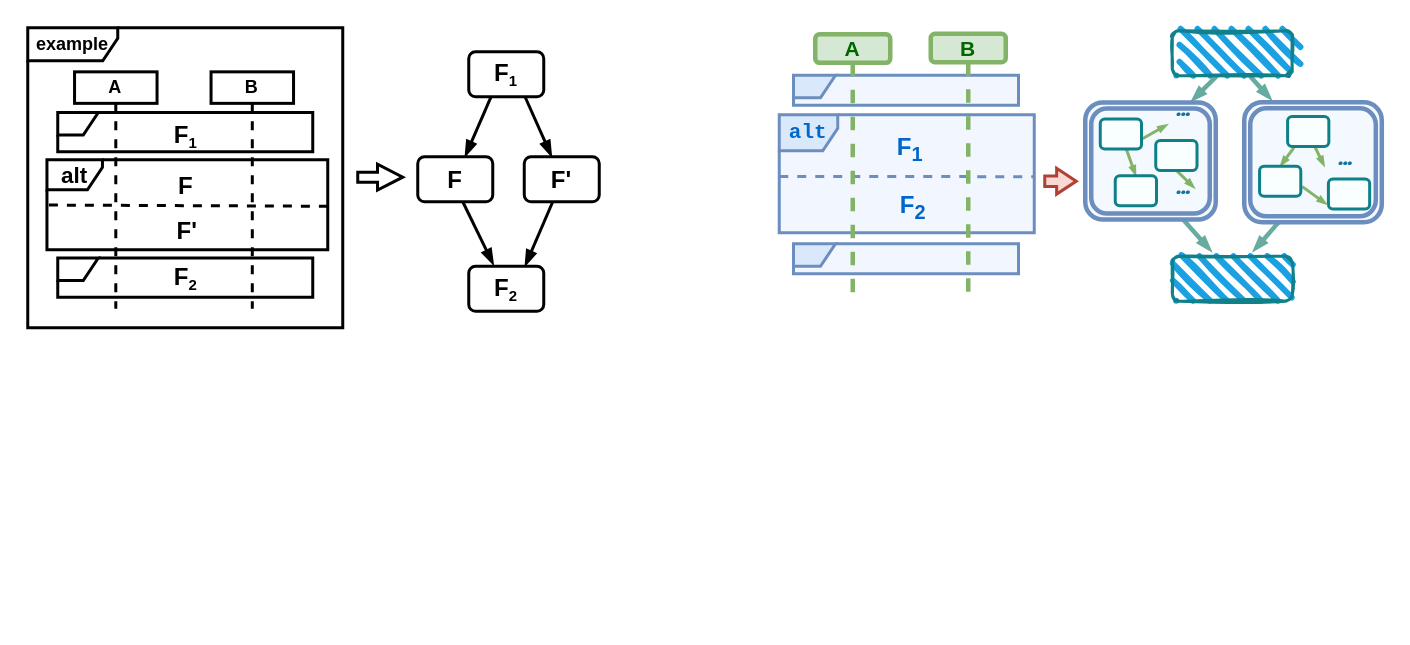
Above: alt.drawio in ShiYufei0708/draw (draw.io), before the change. Source tidied: cells renumbered, new cells numbered last; positions are measured from the earlier drawing's top-left corner, leaving out a move shared by most shapes. Both pictures are drawn from the tidied source at 150%, with x=0, y=0 at pixel (27, 27).
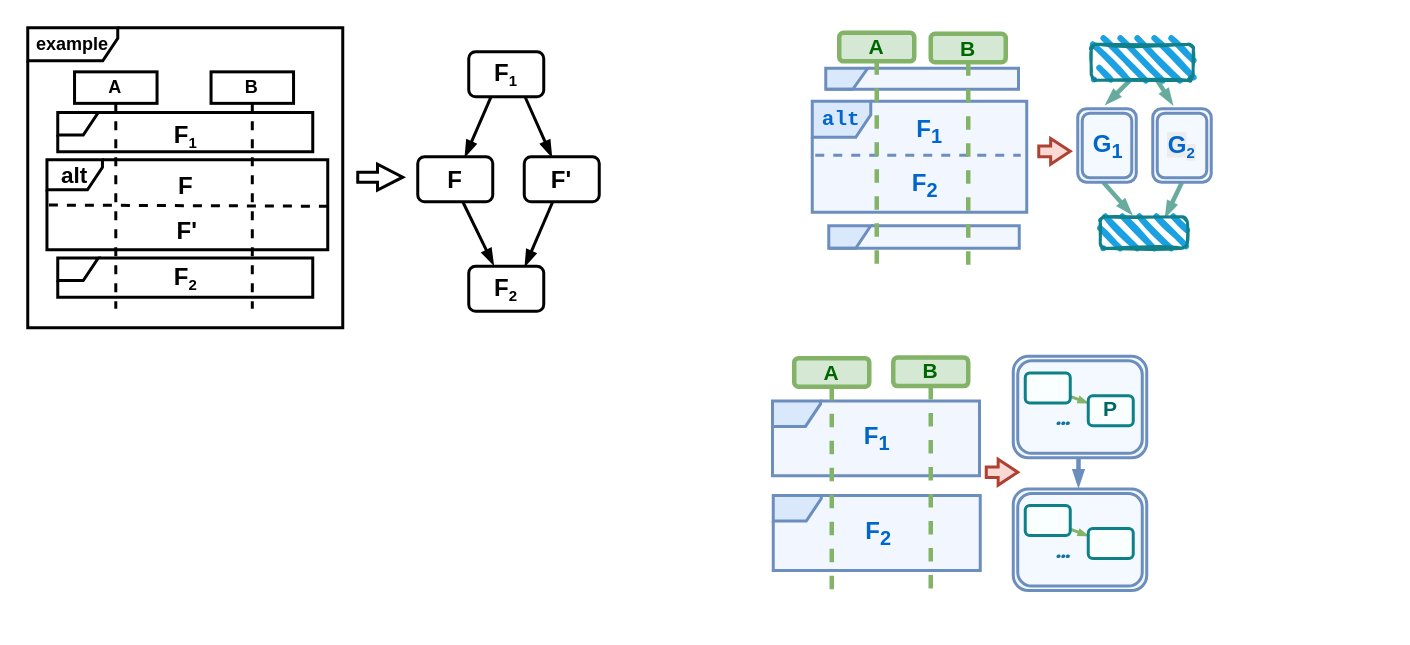
After the change.

What changed in the source:
```diff
@@
-    <mxCell id="23" style="group;" parent="1" vertex="1">
-      <mxGeometry x="501" y="58" width="170" height="82.6" as="geometry" />
-    </mxCell>
-    <mxCell id="24" value="&lt;font face=&quot;Courier New&quot; style=&quot;color: light-dark(rgb(0, 103, 204), rgb(237, 237, 237)); font-size: 14px;&quot;&gt;&lt;b style=&quot;&quot;&gt;alt&lt;/b&gt;&lt;/font&gt;" style="shape=umlFrame;whiteSpace=wrap;html=1;width=39;height=24;fillColor=#dae8fc;strokeColor=#6c8ebf;fillStyle=auto;shadow=0;strokeWidth=2;swimlaneFillColor=light-dark(#F2F7FF,#002813);" parent="23" vertex="1">
-      <mxGeometry width="170" height="78.6" as="geometry" />
-    </mxCell>
-    <mxCell id="25" value="&lt;span style=&quot;font-size: 16px;&quot;&gt;&lt;font style=&quot;color: rgb(0, 102, 204);&quot;&gt;F&lt;sub style=&quot;&quot;&gt;1&lt;/sub&gt;&lt;/font&gt;&lt;/span&gt;" style="text;html=1;align=center;verticalAlign=middle;strokeColor=none;fillColor=none;fontStyle=1;strokeWidth=2;" parent="23" vertex="1">
-      <mxGeometry x="69.4" y="5.9" width="35" height="34" as="geometry" />
-    </mxCell>
-    <mxCell id="26" style="endArrow=none;dashed=1;html=1;rounded=0;entryX=0.998;entryY=0.553;entryDx=0;entryDy=0;entryPerimeter=0;fontStyle=1;strokeWidth=2;exitX=-0.001;exitY=0.565;exitDx=0;exitDy=0;exitPerimeter=0;strokeColor=light-dark(#6c8ebf, #ededed);" parent="23" edge="1">
-      <mxGeometry relative="1" as="geometry">
-        <mxPoint y="41.1" as="sourcePoint" />
-        <mxPoint x="169.8" y="41.3" as="targetPoint" />
-      </mxGeometry>
-    </mxCell>
-    <mxCell id="27" value="&lt;span style=&quot;font-size: 16px;&quot;&gt;&lt;font style=&quot;color: rgb(0, 102, 204);&quot;&gt;F&lt;sub style=&quot;&quot;&gt;2&lt;/sub&gt;&lt;/font&gt;&lt;/span&gt;" style="text;html=1;align=center;verticalAlign=middle;strokeColor=none;fillColor=none;fontStyle=1;strokeWidth=2;" parent="23" vertex="1">
-      <mxGeometry x="71.4" y="44.5" width="35" height="34" as="geometry" />
-    </mxCell>
     <mxCell id="28" style="rounded=0;jettySize=auto;html=1;strokeColor=light-dark(#67AB9F,#EDEDED);endArrow=blockThin;endFill=1;endSize=3;strokeWidth=3;exitX=0.649;exitY=1.013;exitDx=0;exitDy=0;exitPerimeter=0;entryX=0.154;entryY=-0.021;entryDx=0;entryDy=0;entryPerimeter=0;" parent="1" edge="1" source="31">
       <mxGeometry relative="1" as="geometry">
-        <mxPoint x="829.1" y="48" as="targetPoint" />
+        <mxPoint x="763.1" y="51" as="targetPoint" />
       </mxGeometry>
     </mxCell>
-    <mxCell id="29" style="rounded=0;jettySize=auto;html=1;strokeWidth=3;endArrow=none;endFill=0;endSize=3;strokeColor=light-dark(#68ab9f, #ededed);entryX=0.25;entryY=1;entryDx=0;entryDy=0;startSize=3;startArrow=blockThin;startFill=1;" parent="1" edge="1" target="34">
-      <mxGeometry relative="1" as="geometry">
-        <mxPoint x="817" y="149" as="sourcePoint" />
-      </mxGeometry>
+    <mxCell id="29" style="rounded=0;jettySize=auto;html=1;strokeWidth=3;endArrow=none;endFill=0;endSize=3;strokeColor=light-dark(#68ab9f, #ededed);entryX=0.5;entryY=1;entryDx=0;entryDy=0;startSize=3;startArrow=blockThin;startFill=1;exitX=0.75;exitY=0;exitDx=0;exitDy=0;" parent="1" edge="1" source="33" target="78">
+      <mxGeometry relative="1" as="geometry" />
     </mxCell>
     <mxCell id="30" style="rounded=0;orthogonalLoop=1;jettySize=auto;html=1;strokeColor=light-dark(#67AB9F,#EDEDED);endArrow=blockThin;endFill=1;endSize=3;strokeWidth=3;exitX=0.348;exitY=1.005;exitDx=0;exitDy=0;exitPerimeter=0;entryX=0.636;entryY=-0.016;entryDx=0;entryDy=0;entryPerimeter=0;" parent="1" edge="1">
       <mxGeometry relative="1" as="geometry">
-        <mxPoint x="792.8" y="32.1" as="sourcePoint" />
-        <mxPoint x="775.9" y="48.9" as="targetPoint" />
+        <mxPoint x="735.8" y="34.1" as="sourcePoint" />
+        <mxPoint x="718.9" y="50.9" as="targetPoint" />
       </mxGeometry>
     </mxCell>
     <mxCell id="31" style="rounded=1;whiteSpace=wrap;html=1;strokeWidth=2;fillWeight=4;hachureGap=8;hachureAngle=45;fillColor=#1ba1e2;sketch=1;strokeColor=light-dark(#108089, #ededed);" parent="1" vertex="1">
-      <mxGeometry x="763" y="2" width="80" height="30" as="geometry" />
+      <mxGeometry x="709" y="11" width="68" height="24" as="geometry" />
     </mxCell>
-    <mxCell id="32" style="rounded=0;jettySize=auto;html=1;strokeWidth=3;endArrow=none;endFill=0;endSize=3;strokeColor=light-dark(#68ab9f, #ededed);startSize=3;startArrow=blockThin;startFill=1;entryX=0.75;entryY=1;entryDx=0;entryDy=0;" parent="1" edge="1" target="43">
+    <mxCell id="32" style="rounded=0;orthogonalLoop=1;jettySize=auto;html=1;strokeWidth=3;endArrow=none;endFill=0;endSize=3;strokeColor=light-dark(#68ab9f, #ededed);startSize=3;startArrow=blockThin;startFill=1;entryX=0.75;entryY=1;entryDx=0;entryDy=0;" parent="1" edge="1">
       <mxGeometry relative="1" as="geometry">
-        <mxPoint x="789" y="149" as="sourcePoint" />
+        <mxPoint x="735.8" y="124.2" as="sourcePoint" />
+        <mxPoint x="717" y="103" as="targetPoint" />
       </mxGeometry>
     </mxCell>
     <mxCell id="33" style="rounded=1;whiteSpace=wrap;html=1;strokeWidth=2;fillWeight=4;hachureGap=8;hachureAngle=45;fillColor=#1ba1e2;sketch=1;strokeColor=light-dark(#108089, #ededed);" parent="1" vertex="1">
-      <mxGeometry x="763.1" y="152.3" width="80" height="30" as="geometry" />
+      <mxGeometry x="715" y="126" width="58" height="21" as="geometry" />
     </mxCell>
-    <mxCell id="34" style="shape=ext;double=1;rounded=1;whiteSpace=wrap;html=1;fillColor=#F4F9FF;strokeColor=#6c8ebf;strokeWidth=3;" parent="1" vertex="1">
-      <mxGeometry x="811" y="49.7" width="91.7" height="80" as="geometry" />
-    </mxCell>
-    <mxCell id="35" style="rounded=1;whiteSpace=wrap;html=1;verticalAlign=bottom;fontStyle=1;strokeWidth=2;fillColor=light-dark(#f8fffe, #103c3f);strokeColor=#0e8088;" parent="1" vertex="1">
-      <mxGeometry x="867.1" y="100.9" width="27.5" height="20" as="geometry" />
-    </mxCell>
-    <mxCell id="36" value="&lt;b&gt;&lt;font style=&quot;font-size: 22px;&quot; face=&quot;Comic Sans MS&quot;&gt;...&lt;/font&gt;&lt;/b&gt;" style="text;html=1;align=center;verticalAlign=middle;strokeColor=none;fillColor=none;fontColor=light-dark(#12739e, #ededed);" parent="1" vertex="1">
-      <mxGeometry x="854.3" y="66.6" width="47" height="38" as="geometry" />
-    </mxCell>
-    <mxCell id="37" style="rounded=0;orthogonalLoop=1;jettySize=auto;html=1;entryX=0.5;entryY=0;entryDx=0;entryDy=0;endArrow=blockThin;endFill=1;strokeWidth=2;endSize=2;strokeColor=light-dark(#82b366, #319eff);" parent="1" edge="1">
-      <mxGeometry relative="1" as="geometry">
-        <mxPoint x="858.1" y="79.4" as="sourcePoint" />
-        <mxPoint x="864.5" y="92.4" as="targetPoint" />
-      </mxGeometry>
-    </mxCell>
-    <mxCell id="38" style="rounded=0;jettySize=auto;html=1;endArrow=blockThin;endFill=1;strokeWidth=2;endSize=2;strokeColor=light-dark(#82b366, #319eff);exitX=0.154;exitY=1.04;exitDx=0;exitDy=0;exitPerimeter=0;entryX=0.5;entryY=0;entryDx=0;entryDy=0;" parent="1" edge="1" source="41" target="40">
-      <mxGeometry relative="1" as="geometry" />
-    </mxCell>
-    <mxCell id="39" style="rounded=0;orthogonalLoop=1;jettySize=auto;html=1;endArrow=blockThin;endFill=1;strokeWidth=2;endSize=2;strokeColor=light-dark(#82b366, #319eff);exitX=0.5;exitY=1;exitDx=0;exitDy=0;" parent="1" edge="1">
-      <mxGeometry relative="1" as="geometry">
-        <mxPoint x="849.7" y="105.9" as="sourcePoint" />
-        <mxPoint x="866.2" y="117.9" as="targetPoint" />
-      </mxGeometry>
-    </mxCell>
-    <mxCell id="40" style="rounded=1;whiteSpace=wrap;html=1;verticalAlign=bottom;fontStyle=1;strokeWidth=2;fillColor=light-dark(#f8fffe, #103c3f);strokeColor=#0e8088;" parent="1" vertex="1">
-      <mxGeometry x="821.2" y="92.3" width="27.5" height="20" as="geometry" />
-    </mxCell>
-    <mxCell id="41" style="rounded=1;whiteSpace=wrap;html=1;verticalAlign=bottom;fontStyle=1;strokeWidth=2;fillColor=light-dark(#f8fffe, #103c3f);strokeColor=#0e8088;" parent="1" vertex="1">
-      <mxGeometry x="839.9" y="59.1" width="27.5" height="20" as="geometry" />
-    </mxCell>
-    <mxCell id="42" style="group;" parent="1" vertex="1">
-      <mxGeometry x="705" y="39" width="94" height="91.8" as="geometry" />
-    </mxCell>
-    <mxCell id="43" style="shape=ext;double=1;rounded=1;whiteSpace=wrap;html=1;fillColor=#F4F9FF;strokeColor=#6c8ebf;strokeWidth=3;" parent="42" vertex="1">
-      <mxGeometry y="10.8" width="87" height="78" as="geometry" />
-    </mxCell>
-    <mxCell id="44" style="rounded=0;jettySize=auto;html=1;entryX=0.5;entryY=0;entryDx=0;entryDy=0;endArrow=blockThin;endFill=1;strokeWidth=2;endSize=2;strokeColor=light-dark(#82b366, #319eff);" parent="42" edge="1" source="50" target="45">
-      <mxGeometry relative="1" as="geometry" />
-    </mxCell>
-    <mxCell id="45" style="rounded=1;whiteSpace=wrap;html=1;verticalAlign=bottom;fontStyle=1;strokeWidth=2;fillColor=light-dark(#f8fffe, #103c3f);strokeColor=#0e8088;" parent="42" vertex="1">
-      <mxGeometry x="20" y="59.7" width="27.5" height="20" as="geometry" />
-    </mxCell>
-    <mxCell id="46" value="&lt;b&gt;&lt;font style=&quot;font-size: 22px;&quot; face=&quot;Comic Sans MS&quot;&gt;...&lt;/font&gt;&lt;/b&gt;" style="text;html=1;align=center;verticalAlign=middle;strokeColor=none;fillColor=none;fontColor=light-dark(#12739e, #ededed);" parent="42" vertex="1">
-      <mxGeometry x="41" y="47.2" width="47" height="38" as="geometry" />
-    </mxCell>
-    <mxCell id="47" value="&lt;b&gt;&lt;font style=&quot;font-size: 22px;&quot; face=&quot;Comic Sans MS&quot;&gt;...&lt;/font&gt;&lt;/b&gt;" style="text;html=1;align=center;verticalAlign=middle;strokeColor=none;fillColor=none;fontColor=light-dark(#12739e, #ededed);" parent="42" vertex="1">
-      <mxGeometry x="41" y="-5" width="47" height="38" as="geometry" />
-    </mxCell>
-    <mxCell id="48" style="rounded=0;orthogonalLoop=1;jettySize=auto;html=1;endArrow=blockThin;endFill=1;strokeWidth=2;endSize=2;strokeColor=light-dark(#82b366, #319eff);" parent="42" edge="1">
-      <mxGeometry relative="1" as="geometry">
-        <mxPoint x="34" y="37.3" as="sourcePoint" />
-        <mxPoint x="55" y="25.4" as="targetPoint" />
-      </mxGeometry>
-    </mxCell>
-    <mxCell id="49" style="rounded=0;jettySize=auto;html=1;endArrow=blockThin;endFill=1;strokeWidth=2;endSize=2;strokeColor=light-dark(#82b366, #319eff);exitX=0.5;exitY=1;exitDx=0;exitDy=0;" parent="42" edge="1" source="51">
-      <mxGeometry relative="1" as="geometry">
-        <mxPoint x="73" y="68" as="targetPoint" />
-      </mxGeometry>
-    </mxCell>
-    <mxCell id="50" style="rounded=1;whiteSpace=wrap;html=1;verticalAlign=bottom;fontStyle=1;strokeWidth=2;fillColor=light-dark(#f8fffe, #103c3f);strokeColor=#0e8088;" parent="42" vertex="1">
-      <mxGeometry x="10" y="21.9" width="27.5" height="20" as="geometry" />
-    </mxCell>
-    <mxCell id="51" style="rounded=1;whiteSpace=wrap;html=1;verticalAlign=bottom;fontStyle=1;strokeWidth=2;fillColor=light-dark(#f8fffe, #103c3f);strokeColor=#0e8088;" parent="42" vertex="1">
-      <mxGeometry x="47" y="36.1" width="27.5" height="20" as="geometry" />
-    </mxCell>
     <mxCell id="52" style="group;" parent="1" vertex="1">
-      <mxGeometry x="498" y="4" width="175" height="175.4" as="geometry" />
+      <mxGeometry x="498" y="4" width="186" height="175.4" as="geometry" />
     </mxCell>
     <mxCell id="53" style="shape=umlFrame;whiteSpace=wrap;html=1;width=28;height=15;fillColor=#dae8fc;strokeColor=#6c8ebf;fillStyle=auto;shadow=0;strokeWidth=2;swimlaneFillColor=light-dark(#F2F7FF,#002813);" parent="52" vertex="1">
-      <mxGeometry x="12.5" y="140" width="150" height="20" as="geometry" />
+      <mxGeometry x="36" y="128" width="127" height="15" as="geometry" />
     </mxCell>
+    <mxCell id="23" style="group;" parent="52" vertex="1">
+      <mxGeometry x="16" y="42" width="169" height="82.6" as="geometry" />
+    </mxCell>
+    <mxCell id="24" value="&lt;font face=&quot;Courier New&quot; style=&quot;color: light-dark(rgb(0, 103, 204), rgb(237, 237, 237)); font-size: 14px;&quot;&gt;&lt;b style=&quot;&quot;&gt;alt&lt;/b&gt;&lt;/font&gt;" style="shape=umlFrame;whiteSpace=wrap;html=1;width=39;height=24;fillColor=#dae8fc;strokeColor=#6c8ebf;fillStyle=auto;shadow=0;strokeWidth=2;swimlaneFillColor=light-dark(#F2F7FF,#002813);" parent="23" vertex="1">
+      <mxGeometry x="9" y="3" width="143" height="74" as="geometry" />
+    </mxCell>
+    <mxCell id="25" value="&lt;span style=&quot;font-size: 16px;&quot;&gt;&lt;font style=&quot;color: rgb(0, 102, 204);&quot;&gt;F&lt;sub style=&quot;&quot;&gt;1&lt;/sub&gt;&lt;/font&gt;&lt;/span&gt;" style="text;html=1;align=center;verticalAlign=middle;strokeColor=none;fillColor=none;fontStyle=1;strokeWidth=2;" parent="23" vertex="1">
+      <mxGeometry x="69" y="5.9" width="35" height="34" as="geometry" />
+    </mxCell>
+    <mxCell id="26" style="endArrow=none;dashed=1;html=1;rounded=0;fontStyle=1;strokeWidth=2;strokeColor=light-dark(#6c8ebf, #ededed);" parent="23" edge="1">
+      <mxGeometry relative="1" as="geometry">
+        <mxPoint x="11" y="39" as="sourcePoint" />
+        <mxPoint x="148" y="39" as="targetPoint" />
+      </mxGeometry>
+    </mxCell>
+    <mxCell id="27" value="&lt;span style=&quot;font-size: 16px;&quot;&gt;&lt;font style=&quot;color: rgb(0, 102, 204);&quot;&gt;F&lt;sub style=&quot;&quot;&gt;2&lt;/sub&gt;&lt;/font&gt;&lt;/span&gt;" style="text;html=1;align=center;verticalAlign=middle;strokeColor=none;fillColor=none;fontStyle=1;strokeWidth=2;" parent="23" vertex="1">
+      <mxGeometry x="66.9" y="41.5" width="35" height="34" as="geometry" />
+    </mxCell>
     <mxCell id="54" style="shape=umlFrame;whiteSpace=wrap;html=1;width=28;height=15;fillColor=#dae8fc;strokeColor=#6c8ebf;fillStyle=auto;shadow=0;strokeWidth=2;swimlaneFillColor=light-dark(#F2F7FF,#002813);" parent="52" vertex="1">
-      <mxGeometry x="12.5" y="27.7" width="150" height="20" as="geometry" />
+      <mxGeometry x="34" y="23" width="128.5" height="14" as="geometry" />
     </mxCell>
     <mxCell id="55" value="&lt;font face=&quot;Helvetica&quot; style=&quot;color: rgb(0, 102, 0); font-size: 14px;&quot;&gt;&lt;b style=&quot;&quot;&gt;A&lt;/b&gt;&lt;/font&gt;" style="shape=umlLifeline;perimeter=lifelinePerimeter;whiteSpace=wrap;html=1;newEdgeStyle={&quot;curved&quot;:0,&quot;rounded&quot;:0};size=19;fillColor=#d5e8d4;strokeColor=#82b366;strokeWidth=3;rounded=1;shadow=0;" parent="52" vertex="1">
-      <mxGeometry x="27" y="0.4" width="50" height="175" as="geometry" />
+      <mxGeometry x="43" y="-0.6" width="50" height="157" as="geometry" />
     </mxCell>
     <mxCell id="56" value="&lt;font face=&quot;Helvetica&quot; style=&quot;color: rgb(0, 102, 0); font-size: 14px;&quot;&gt;&lt;b style=&quot;&quot;&gt;B&lt;/b&gt;&lt;/font&gt;" style="shape=umlLifeline;perimeter=lifelinePerimeter;whiteSpace=wrap;html=1;newEdgeStyle={&quot;curved&quot;:0,&quot;rounded&quot;:0};size=19;fillColor=#d5e8d4;strokeColor=#82b366;strokeWidth=3;rounded=1;shadow=0;" parent="52" vertex="1">
-      <mxGeometry x="104" width="50" height="175" as="geometry" />
+      <mxGeometry x="104" width="50" height="157" as="geometry" />
     </mxCell>
     <mxCell id="57" style="html=1;shadow=0;dashed=0;align=center;verticalAlign=middle;shape=mxgraph.arrows2.arrow;dy=0.59;dx=13.07;notch=0;strokeWidth=2;fillColor=#fad9d5;strokeColor=#ae4132;" parent="1" vertex="1">
-      <mxGeometry x="678" y="93.7" width="21" height="17.2" as="geometry" />
+      <mxGeometry x="674" y="73.8" width="21" height="17.2" as="geometry" />
     </mxCell>
+    <mxCell id="58" style="edgeStyle=orthogonalEdgeStyle;rounded=0;orthogonalLoop=1;jettySize=auto;html=1;exitX=0.75;exitY=1;exitDx=0;exitDy=0;entryX=0.5;entryY=0;entryDx=0;entryDy=0;endArrow=blockThin;endFill=1;strokeWidth=3;strokeColor=light-dark(#6c8ebf, #EDEDED);endSize=4;" parent="1" edge="1">
+      <mxGeometry relative="1" as="geometry">
+        <mxPoint x="699" y="278.8" as="sourcePoint" />
+        <mxPoint x="700.5" y="306" as="targetPoint" />
+      </mxGeometry>
+    </mxCell>
+    <mxCell id="59" style="html=1;shadow=0;dashed=0;align=center;verticalAlign=middle;shape=mxgraph.arrows2.arrow;dy=0.59;dx=13.07;notch=0;strokeWidth=2;fillColor=#fad9d5;strokeColor=#ae4132;" parent="1" vertex="1">
+      <mxGeometry x="639" y="287.7" width="21" height="17.2" as="geometry" />
+    </mxCell>
+    <mxCell id="60" style="shape=ext;double=1;rounded=1;whiteSpace=wrap;html=1;fillColor=#F4F9FF;strokeColor=#6c8ebf;strokeWidth=2;" parent="1" vertex="1">
+      <mxGeometry x="657" y="219" width="89" height="67.7" as="geometry" />
+    </mxCell>
+    <mxCell id="61" style="rounded=0;jettySize=auto;html=1;entryX=0;entryY=0.25;entryDx=0;entryDy=0;endArrow=blockThin;endFill=1;strokeWidth=2;endSize=2;strokeColor=light-dark(#82b366, #319eff);" parent="1" edge="1" source="63" target="64">
+      <mxGeometry relative="1" as="geometry" />
+    </mxCell>
+    <mxCell id="62" value="&lt;b&gt;&lt;font style=&quot;font-size: 22px;&quot; face=&quot;Comic Sans MS&quot;&gt;...&lt;/font&gt;&lt;/b&gt;" style="text;html=1;align=center;verticalAlign=middle;strokeColor=none;fillColor=none;fontColor=light-dark(#12739e, #ededed);" parent="1" vertex="1">
+      <mxGeometry x="666.5" y="240" width="47" height="38" as="geometry" />
+    </mxCell>
+    <mxCell id="63" style="rounded=1;whiteSpace=wrap;html=1;verticalAlign=bottom;fontStyle=1;strokeWidth=2;fillColor=light-dark(#f8fffe, #103c3f);strokeColor=#0e8088;" parent="1" vertex="1">
+      <mxGeometry x="665" y="230.1" width="30" height="20" as="geometry" />
+    </mxCell>
+    <mxCell id="64" value="&lt;font style=&quot;color: rgb(0, 102, 102); font-size: 14px;&quot;&gt;P&lt;/font&gt;&lt;span style=&quot;font-size: 8.33333px;&quot;&gt;&lt;/span&gt;" style="rounded=1;whiteSpace=wrap;html=1;verticalAlign=bottom;fontStyle=1;strokeWidth=2;fillColor=light-dark(#f8fffe, #103c3f);strokeColor=#0e8088;" parent="1" vertex="1">
+      <mxGeometry x="707" y="245.3" width="30" height="20" as="geometry" />
+    </mxCell>
+    <mxCell id="65" style="group;" parent="1" vertex="1">
+      <mxGeometry x="478" y="219.9" width="175" height="175" as="geometry" />
+    </mxCell>
+    <mxCell id="66" style="shape=umlFrame;whiteSpace=wrap;html=1;width=32;height=17;fillColor=#dae8fc;strokeColor=#6c8ebf;fillStyle=auto;shadow=0;strokeWidth=2;swimlaneFillColor=light-dark(#F2F7FF,#002813);" parent="65" vertex="1">
+      <mxGeometry x="19" y="92" width="138" height="49.9" as="geometry" />
+    </mxCell>
+    <mxCell id="67" style="shape=umlFrame;whiteSpace=wrap;html=1;width=32;height=17;fillColor=#dae8fc;strokeColor=#6c8ebf;fillStyle=auto;shadow=0;strokeWidth=2;swimlaneFillColor=light-dark(#F2F7FF,#002813);" parent="65" vertex="1">
+      <mxGeometry x="18.5" y="28.9" width="138" height="49.9" as="geometry" />
+    </mxCell>
+    <mxCell id="68" value="&lt;font face=&quot;Helvetica&quot; style=&quot;color: rgb(0, 102, 0); font-size: 14px;&quot;&gt;&lt;b style=&quot;&quot;&gt;A&lt;/b&gt;&lt;/font&gt;" style="shape=umlLifeline;perimeter=lifelinePerimeter;whiteSpace=wrap;html=1;newEdgeStyle={&quot;curved&quot;:0,&quot;rounded&quot;:0};size=19;fillColor=#d5e8d4;strokeColor=#82b366;strokeWidth=3;rounded=1;shadow=0;" parent="65" vertex="1">
+      <mxGeometry x="33" y="0.4" width="50" height="161" as="geometry" />
+    </mxCell>
+    <mxCell id="69" value="&lt;font face=&quot;Helvetica&quot; style=&quot;color: rgb(0, 102, 0); font-size: 14px;&quot;&gt;&lt;b style=&quot;&quot;&gt;B&lt;/b&gt;&lt;/font&gt;" style="shape=umlLifeline;perimeter=lifelinePerimeter;whiteSpace=wrap;html=1;newEdgeStyle={&quot;curved&quot;:0,&quot;rounded&quot;:0};size=19;fillColor=#d5e8d4;strokeColor=#82b366;strokeWidth=3;rounded=1;shadow=0;" parent="65" vertex="1">
+      <mxGeometry x="99" width="50" height="158" as="geometry" />
+    </mxCell>
+    <mxCell id="70" value="&lt;span style=&quot;font-size: 16px;&quot;&gt;&lt;font style=&quot;color: rgb(0, 102, 204);&quot;&gt;F&lt;sub style=&quot;&quot;&gt;1&lt;/sub&gt;&lt;/font&gt;&lt;/span&gt;" style="text;html=1;align=center;verticalAlign=middle;strokeColor=none;fillColor=none;fontStyle=1;strokeWidth=2;" parent="65" vertex="1">
+      <mxGeometry x="70" y="36.8" width="35" height="34" as="geometry" />
+    </mxCell>
+    <mxCell id="71" value="&lt;span style=&quot;font-size: 16px;&quot;&gt;&lt;font style=&quot;color: rgb(0, 102, 204);&quot;&gt;F&lt;sub style=&quot;&quot;&gt;2&lt;/sub&gt;&lt;/font&gt;&lt;/span&gt;" style="text;html=1;align=center;verticalAlign=middle;strokeColor=none;fillColor=none;fontStyle=1;strokeWidth=2;" parent="65" vertex="1">
+      <mxGeometry x="68.5" y="96.9" width="40" height="40" as="geometry" />
+    </mxCell>
+    <mxCell id="72" style="shape=ext;double=1;rounded=1;whiteSpace=wrap;html=1;fillColor=#F4F9FF;strokeColor=#6c8ebf;strokeWidth=2;" parent="1" vertex="1">
+      <mxGeometry x="657" y="307.5" width="89" height="67.7" as="geometry" />
+    </mxCell>
+    <mxCell id="73" style="rounded=0;jettySize=auto;html=1;entryX=0;entryY=0.25;entryDx=0;entryDy=0;endArrow=blockThin;endFill=1;strokeWidth=2;endSize=2;strokeColor=light-dark(#82b366, #319eff);" parent="1" edge="1" source="75" target="76">
+      <mxGeometry relative="1" as="geometry" />
+    </mxCell>
+    <mxCell id="74" value="&lt;b&gt;&lt;font style=&quot;font-size: 22px;&quot; face=&quot;Comic Sans MS&quot;&gt;...&lt;/font&gt;&lt;/b&gt;" style="text;html=1;align=center;verticalAlign=middle;strokeColor=none;fillColor=none;fontColor=light-dark(#12739e, #ededed);" parent="1" vertex="1">
+      <mxGeometry x="666.5" y="328.5" width="47" height="38" as="geometry" />
+    </mxCell>
+    <mxCell id="75" style="rounded=1;whiteSpace=wrap;html=1;verticalAlign=bottom;fontStyle=1;strokeWidth=2;fillColor=light-dark(#f8fffe, #103c3f);strokeColor=#0e8088;" parent="1" vertex="1">
+      <mxGeometry x="665" y="318.5" width="30" height="20" as="geometry" />
+    </mxCell>
+    <mxCell id="76" style="rounded=1;whiteSpace=wrap;html=1;verticalAlign=bottom;fontStyle=1;strokeWidth=2;fillColor=light-dark(#f8fffe, #103c3f);strokeColor=#0e8088;" parent="1" vertex="1">
+      <mxGeometry x="707" y="333.8" width="30" height="20" as="geometry" />
+    </mxCell>
+    <mxCell id="77" style="shape=ext;double=1;rounded=1;whiteSpace=wrap;html=1;fillColor=#F4F9FF;strokeColor=#6c8ebf;strokeWidth=2;" parent="1" vertex="1">
+      <mxGeometry x="700" y="54" width="39" height="49" as="geometry" />
+    </mxCell>
+    <mxCell id="78" value="&lt;span style=&quot;color: rgb(0, 102, 204); font-family: Helvetica; font-size: 16px; font-style: normal; font-variant-ligatures: normal; font-variant-caps: normal; font-weight: 700; letter-spacing: normal; orphans: 2; text-align: center; text-indent: 0px; text-transform: none; widows: 2; word-spacing: 0px; -webkit-text-stroke-width: 0px; white-space: nowrap; background-color: rgb(236, 236, 236); text-decoration-thickness: initial; text-decoration-style: initial; text-decoration-color: initial; float: none; display: inline !important;&quot;&gt;G&lt;/span&gt;&lt;sub style=&quot;forced-color-adjust: none; color: rgb(0, 102, 204); font-family: Helvetica; font-style: normal; font-variant-ligatures: normal; font-variant-caps: normal; font-weight: 700; letter-spacing: normal; orphans: 2; text-align: center; text-indent: 0px; text-transform: none; widows: 2; word-spacing: 0px; -webkit-text-stroke-width: 0px; white-space: nowrap; background-color: rgb(236, 236, 236); text-decoration-thickness: initial; text-decoration-style: initial; text-decoration-color: initial;&quot;&gt;2&lt;/sub&gt;" style="shape=ext;double=1;rounded=1;whiteSpace=wrap;html=1;fillColor=#F4F9FF;strokeColor=#6c8ebf;strokeWidth=2;" parent="1" vertex="1">
+      <mxGeometry x="750" y="54" width="39" height="49" as="geometry" />
+    </mxCell>
+    <mxCell id="79" value="&lt;span style=&quot;font-size: 16px;&quot;&gt;&lt;font style=&quot;color: rgb(0, 102, 204);&quot;&gt;G&lt;sub style=&quot;&quot;&gt;1&lt;/sub&gt;&lt;/font&gt;&lt;/span&gt;" style="text;html=1;align=center;verticalAlign=middle;strokeColor=none;fillColor=none;fontStyle=1;strokeWidth=2;" parent="1" vertex="1">
+      <mxGeometry x="701" y="61.5" width="38" height="34" as="geometry" />
+    </mxCell>
```
